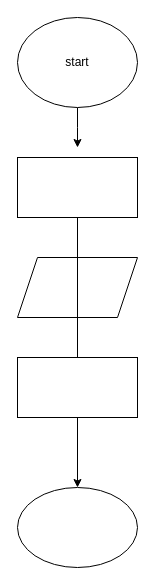
ocampojkq/ocampojkq-flowchart keeps this draw.io diagram as test.drawio. Above is the earlier version. Source tidied: cells renumbered, new cells numbered last; positions are measured from the earlier drawing's top-left corner, leaving out a move shared by most shapes. Both pictures are drawn from the tidied source at 100%, with x=0, y=0 at pixel (17, 17).
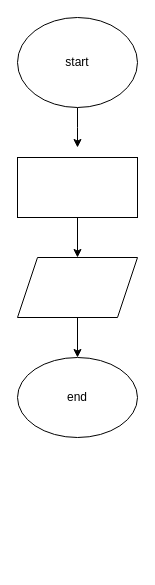
The same page after the edit.

Change to the diagram source:
```diff
@@
 <mxGraphModel>
   <root>
     <mxCell id="0" />
     <mxCell id="1" parent="0" />
     <mxCell id="2" style="edgeStyle=orthogonalEdgeStyle;rounded=0;jettySize=auto;html=1;" parent="1" edge="1" source="3">
       <mxGeometry relative="1" as="geometry">
         <mxPoint x="60" y="130" as="targetPoint" />
       </mxGeometry>
     </mxCell>
     <mxCell id="3" value="start" style="ellipse;whiteSpace=wrap;html=1;" parent="1" vertex="1">
       <mxGeometry width="120" height="90" as="geometry" />
     </mxCell>
-    <mxCell id="4" style="ellipse;whiteSpace=wrap;html=1;" parent="1" vertex="1">
-      <mxGeometry y="470" width="120" height="80" as="geometry" />
-    </mxCell>
-    <mxCell id="5" style="edgeStyle=orthogonalEdgeStyle;rounded=0;jettySize=auto;html=1;startArrow=none;" parent="1" edge="1" source="9" target="4">
-      <mxGeometry relative="1" as="geometry" />
-    </mxCell>
+    <mxCell id="10" style="edgeStyle=orthogonalEdgeStyle;rounded=0;jettySize=auto;html=1;" parent="1" edge="1" source="6" target="7">
+      <mxGeometry relative="1" as="geometry" />
+    </mxCell>
     <mxCell id="6" style="rounded=0;whiteSpace=wrap;html=1;" parent="1" vertex="1">
       <mxGeometry y="140" width="120" height="60" as="geometry" />
     </mxCell>
+    <mxCell id="11" style="edgeStyle=orthogonalEdgeStyle;rounded=0;jettySize=auto;html=1;" parent="1" edge="1" source="7" target="12">
+      <mxGeometry relative="1" as="geometry" />
+    </mxCell>
     <mxCell id="7" style="shape=parallelogram;perimeter=parallelogramPerimeter;whiteSpace=wrap;html=1;fixedSize=1;" parent="1" vertex="1">
       <mxGeometry y="240" width="120" height="60" as="geometry" />
     </mxCell>
-    <mxCell id="8" style="edgeStyle=orthogonalEdgeStyle;rounded=0;jettySize=auto;html=1;endArrow=none;" parent="1" edge="1" source="6" target="9">
-      <mxGeometry relative="1" as="geometry" />
-    </mxCell>
-    <mxCell id="9" style="rounded=0;whiteSpace=wrap;html=1;" parent="1" vertex="1">
-      <mxGeometry y="340" width="120" height="60" as="geometry" />
-    </mxCell>
+    <mxCell id="12" value="end" style="ellipse;whiteSpace=wrap;html=1;" parent="1" vertex="1">
+      <mxGeometry y="340" width="120" height="80" as="geometry" />
+    </mxCell>
   </root>
 </mxGraphModel>
```
